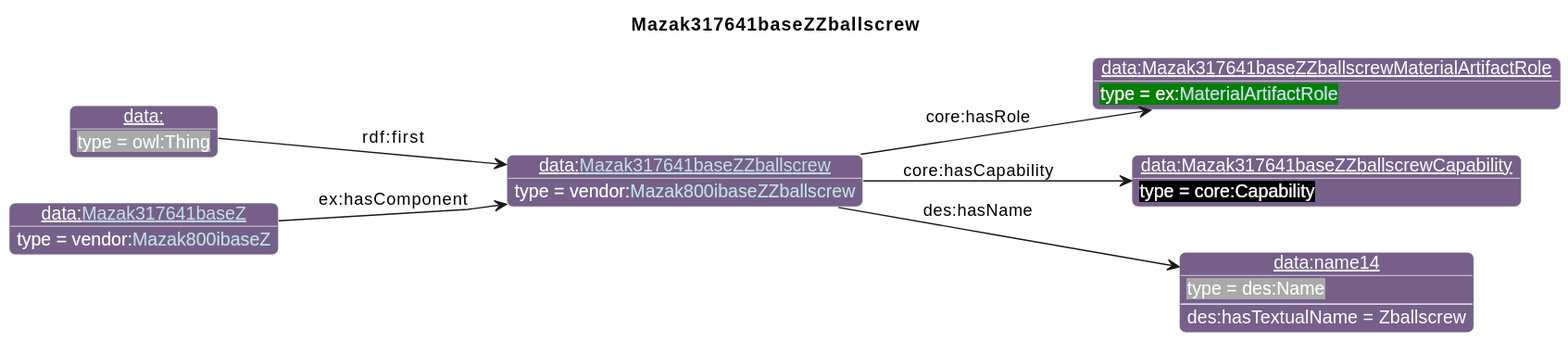
This is diagrams/Mazak317641baseZZballscrew.svg from iofoundry/example-syseng-mtconnect, a PlantUML export, as it was before one commit.
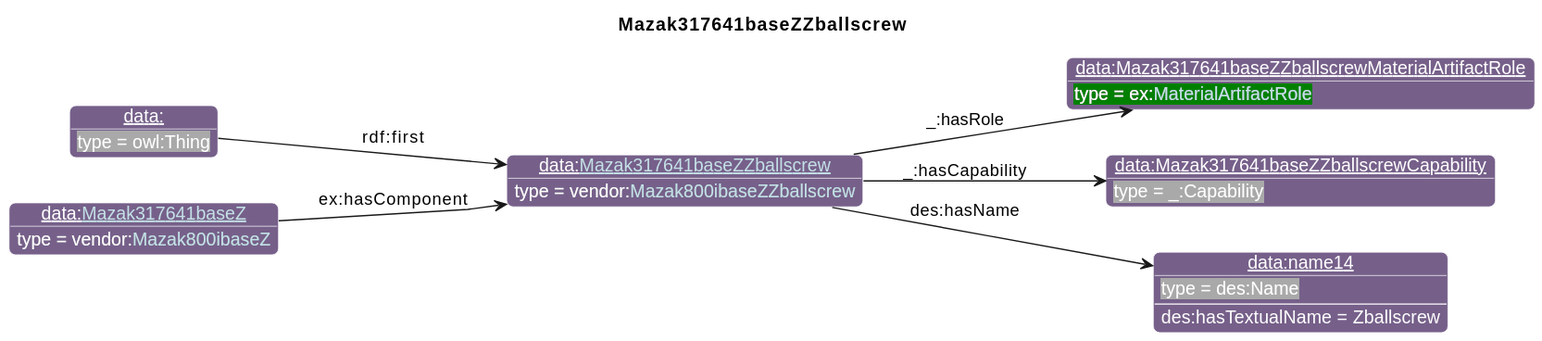
The same diagram one commit later.

Change to the diagram source:
```diff
@@ -27,12 +27,12 @@
       }
 individual(o0, data:[[./Mazak317641baseZZballscrew.html Mazak317641baseZZballscrew]], vendor:[[../Mazak.html#Mazak800ibaseZZballscrew Mazak800ibaseZZballscrew]])
 individual(o1, data:Mazak317641baseZZballscrewMaterialArtifactRole, ex:[[../Example.html#MaterialArtifactRole MaterialArtifactRole]])
-individual(o2, data:Mazak317641baseZZballscrewCapability, core:Capability)
+individual(o2, data:Mazak317641baseZZballscrewCapability, _:Capability)
 individual(o3, data:name14, des:Name)
 individual(o4, data:, owl:Thing)
 individual(o5, data:[[./Mazak317641baseZ.html Mazak317641baseZ]], vendor:[[../Mazak.html#Mazak800ibaseZ Mazak800ibaseZ]])
-property(o0, "core:hasRole", o1)
-property(o0, "core:hasCapability", o2)
+property(o0, "_:hasRole", o1)
+property(o0, "_:hasCapability", o2)
 property(o0, "des:hasName", o3)
 data(o3, "des:hasTextualName", "Zballscrew")
 property(o4, "rdf:first", o0)
```
